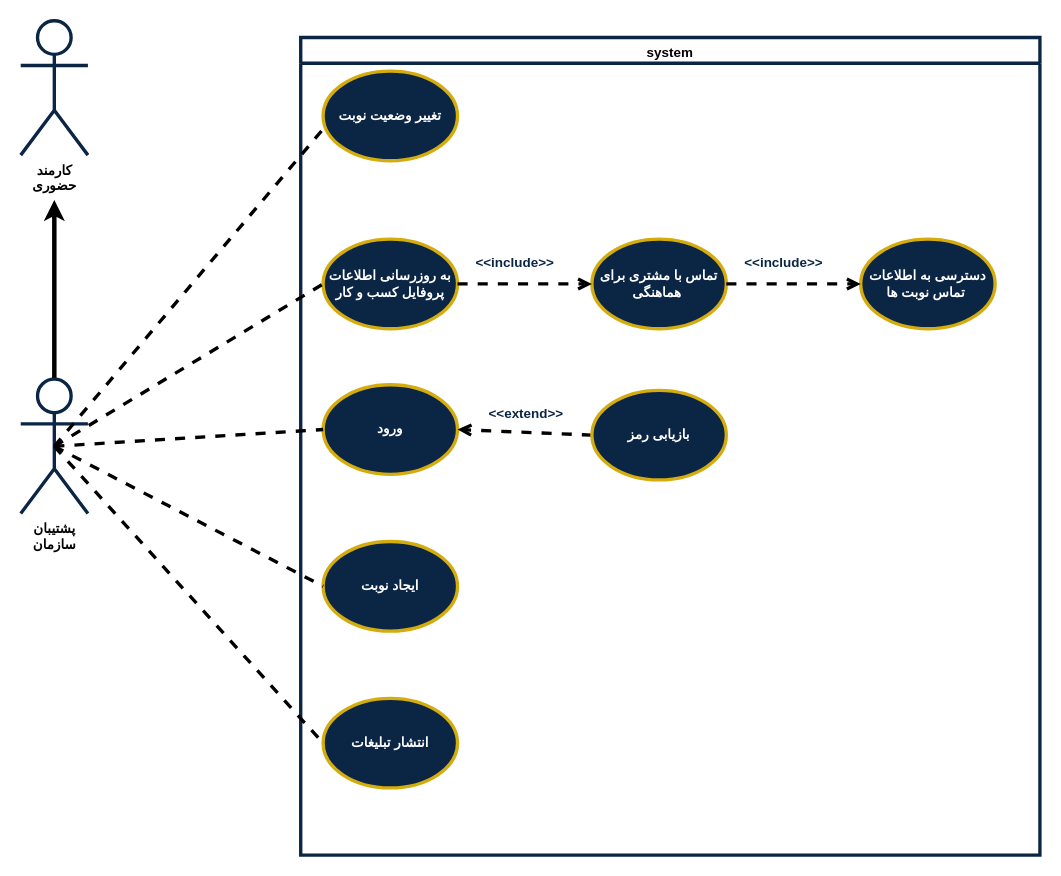
Before: Documentation/Analysis/Modeling/Functional Models/Organisation Support/Organization Support - Use Case Diagram.drawio in TnT74K/Project-SAD, a draw.io diagram. Source tidied: cells renumbered, new cells numbered last; positions are measured from the earlier drawing's top-left corner, leaving out a move shared by most shapes. Both pictures are drawn from the tidied source at 112%, with x=0, y=0 at pixel (20, 20).
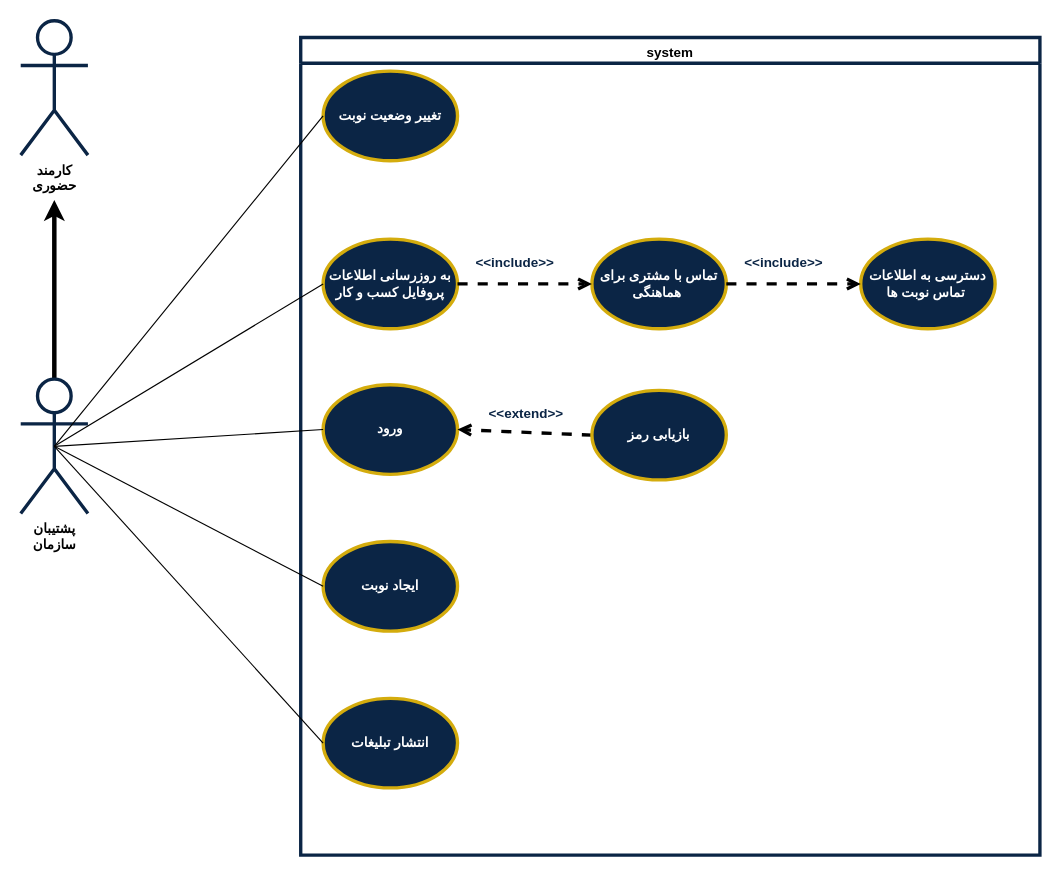
Above is the later version.

Commit message:
fix Org Support Use Case Diagram

The change refers to these unchanged cells:
```xml
<mxCell id="3" value="تغییر وضعیت نوبت" style="ellipse;whiteSpace=wrap;html=1;fontFamily=zain;fillColor=light-dark(#0B2545,#0B2545);strokeColor=light-dark(#D4AC0D,#D4AC0D);strokeWidth=3;fontSize=12;fontColor=light-dark(#FFFFFF,#FFFFFF);fontStyle=1;align=center;verticalAlign=middle;labelBackgroundColor=none;" parent="2" vertex="1">
  <mxGeometry x="20" y="30" width="120" height="80" as="geometry" />
</mxCell>
<mxCell id="4" value="ورود" style="ellipse;whiteSpace=wrap;html=1;fontFamily=zain;fillColor=light-dark(#0B2545,#0B2545);strokeColor=light-dark(#D4AC0D,#D4AC0D);strokeWidth=3;fontSize=12;fontColor=light-dark(#FFFFFF,#FFFFFF);fontStyle=1;align=center;verticalAlign=middle;labelBackgroundColor=none;" parent="2" vertex="1">
  <mxGeometry x="20" y="310" width="120" height="80" as="geometry" />
</mxCell>
<mxCell id="5" value="به روزرسانی اطلاعات پروفایل کسب و کار" style="ellipse;whiteSpace=wrap;html=1;fontFamily=zain;fillColor=light-dark(#0B2545,#0B2545);strokeColor=light-dark(#D4AC0D,#D4AC0D);strokeWidth=3;fontSize=12;fontColor=light-dark(#FFFFFF,#FFFFFF);fontStyle=1;align=center;verticalAlign=middle;labelBackgroundColor=none;" parent="2" vertex="1">
  <mxGeometry x="20" y="180" width="120" height="80" as="geometry" />
</mxCell>
<mxCell id="6" value="انتشار تبلیغات" style="ellipse;whiteSpace=wrap;html=1;fontFamily=zain;fillColor=light-dark(#0B2545,#0B2545);strokeColor=light-dark(#D4AC0D,#D4AC0D);strokeWidth=3;fontSize=12;fontColor=light-dark(#FFFFFF,#FFFFFF);fontStyle=1;align=center;verticalAlign=middle;labelBackgroundColor=none;" parent="2" vertex="1">
  <mxGeometry x="20" y="590" width="120" height="80" as="geometry" />
</mxCell>
<mxCell id="9" value="ایجاد نوبت" style="ellipse;whiteSpace=wrap;html=1;fontFamily=zain;fillColor=light-dark(#0B2545,#0B2545);strokeColor=light-dark(#D4AC0D,#D4AC0D);strokeWidth=3;fontSize=12;fontColor=light-dark(#FFFFFF,#FFFFFF);fontStyle=1;align=center;verticalAlign=middle;labelBackgroundColor=none;" parent="2" vertex="1">
  <mxGeometry x="20" y="450" width="120" height="80" as="geometry" />
</mxCell>
<mxCell id="18" value="&lt;font color=&quot;#000000&quot;&gt;&lt;span style=&quot;text-wrap-mode: wrap;&quot;&gt;پشتیبان سازمان&lt;/span&gt;&lt;/font&gt;" style="shape=umlActor;verticalLabelPosition=bottom;verticalAlign=top;html=1;fontFamily=zain;strokeWidth=3;strokeColor=light-dark(#0B2545,#C0D6E8);align=center;fontSize=12;fontColor=light-dark(#0B2545,#C0D6E8);fillColor=default;fontStyle=1;labelBackgroundColor=default;" parent="1" vertex="1">
  <mxGeometry y="320" width="60" height="120" as="geometry" />
</mxCell>
```

Diff of the diagram source:
```diff
@@
+    <mxCell id="24" value="&lt;font color=&quot;#000000&quot;&gt;&lt;span style=&quot;text-wrap-mode: wrap;&quot;&gt;کارمند حضوری&lt;/span&gt;&lt;/font&gt;" style="shape=umlActor;verticalLabelPosition=bottom;verticalAlign=top;html=1;fontFamily=zain;strokeWidth=3;strokeColor=light-dark(#0B2545,#C0D6E8);align=center;fontSize=12;fontColor=light-dark(#0B2545,#C0D6E8);fillColor=default;fontStyle=1;labelBackgroundColor=default;" parent="1" vertex="1">
+      <mxGeometry width="60" height="120" as="geometry" />
+    </mxCell>
-    <mxCell id="19" style="shape=connector;rounded=0;jettySize=auto;html=1;strokeColor=light-dark(#000000,#FFFFFF);align=center;verticalAlign=middle;fontFamily=Helvetica;fontSize=11;fontColor=default;labelBackgroundColor=default;endArrow=none;endFill=0;strokeWidth=3;dashed=1;fontStyle=1;edgeStyle=none;exitX=0.5;exitY=0.5;exitDx=0;exitDy=0;exitPerimeter=0;entryX=0.001;entryY=0.645;entryDx=0;entryDy=0;entryPerimeter=0;" parent="1" edge="1" source="18" target="3">
+    <mxCell id="19" style="endArrow=none;html=1;rounded=0;exitX=0.5;exitY=0.5;exitDx=0;exitDy=0;exitPerimeter=0;entryX=0;entryY=0.5;entryDx=0;entryDy=0;" parent="1" edge="1" source="18" target="3">
       <mxGeometry relative="1" as="geometry" />
     </mxCell>
+    <mxCell id="21" style="endArrow=none;html=1;rounded=0;exitX=0.5;exitY=0.5;exitDx=0;exitDy=0;exitPerimeter=0;entryX=0;entryY=0.5;entryDx=0;entryDy=0;" parent="1" edge="1" source="18" target="5">
+      <mxGeometry relative="1" as="geometry" />
+    </mxCell>
-    <mxCell id="20" style="shape=connector;rounded=0;jettySize=auto;html=1;strokeColor=light-dark(#000000,#FFFFFF);align=center;verticalAlign=middle;fontFamily=Helvetica;fontSize=11;fontColor=default;labelBackgroundColor=default;endArrow=none;endFill=0;strokeWidth=3;dashed=1;fontStyle=1;edgeStyle=none;exitX=0.5;exitY=0.5;exitDx=0;exitDy=0;exitPerimeter=0;entryX=0;entryY=0.5;entryDx=0;entryDy=0;" parent="1" edge="1" source="18" target="4">
+    <mxCell id="20" style="endArrow=none;html=1;rounded=0;exitX=0.5;exitY=0.5;exitDx=0;exitDy=0;exitPerimeter=0;entryX=0;entryY=0.5;entryDx=0;entryDy=0;" parent="1" edge="1" source="18" target="4">
       <mxGeometry relative="1" as="geometry" />
     </mxCell>
-    <mxCell id="21" style="shape=connector;rounded=0;jettySize=auto;html=1;strokeColor=light-dark(#000000,#FFFFFF);align=center;verticalAlign=middle;fontFamily=Helvetica;fontSize=11;fontColor=default;labelBackgroundColor=default;endArrow=none;endFill=0;strokeWidth=3;dashed=1;fontStyle=1;edgeStyle=none;entryX=0;entryY=0.5;entryDx=0;entryDy=0;exitX=0.5;exitY=0.5;exitDx=0;exitDy=0;exitPerimeter=0;" parent="1" edge="1" source="18" target="5">
-      <mxGeometry relative="1" as="geometry" />
-    </mxCell>
-    <mxCell id="22" style="shape=connector;rounded=0;jettySize=auto;html=1;strokeColor=light-dark(#000000,#FFFFFF);align=center;verticalAlign=middle;fontFamily=Helvetica;fontSize=11;fontColor=default;labelBackgroundColor=default;endArrow=none;endFill=0;strokeWidth=3;dashed=1;fontStyle=1;edgeStyle=none;exitX=0.5;exitY=0.5;exitDx=0;exitDy=0;exitPerimeter=0;entryX=0;entryY=0.5;entryDx=0;entryDy=0;" parent="1" edge="1" source="18" target="9">
+    <mxCell id="22" style="endArrow=none;html=1;rounded=0;exitX=0.5;exitY=0.5;exitDx=0;exitDy=0;exitPerimeter=0;entryX=0;entryY=0.5;entryDx=0;entryDy=0;" parent="1" edge="1" source="18" target="9">
       <mxGeometry relative="1" as="geometry" />
     </mxCell>
-    <mxCell id="23" style="shape=connector;rounded=0;jettySize=auto;html=1;strokeColor=light-dark(#000000,#FFFFFF);align=center;verticalAlign=middle;fontFamily=Helvetica;fontSize=11;fontColor=default;labelBackgroundColor=default;endArrow=none;endFill=0;strokeWidth=3;dashed=1;fontStyle=1;edgeStyle=none;exitX=0.5;exitY=0.5;exitDx=0;exitDy=0;exitPerimeter=0;entryX=0;entryY=0.5;entryDx=0;entryDy=0;" parent="1" edge="1" source="18" target="6">
+    <mxCell id="23" style="endArrow=none;html=1;rounded=0;exitX=0.5;exitY=0.5;exitDx=0;exitDy=0;exitPerimeter=0;entryX=0;entryY=0.5;entryDx=0;entryDy=0;" parent="1" edge="1" source="18" target="6">
       <mxGeometry relative="1" as="geometry" />
     </mxCell>
-    <mxCell id="24" value="&lt;font color=&quot;#000000&quot;&gt;&lt;span style=&quot;text-wrap-mode: wrap;&quot;&gt;کارمند حضوری&lt;/span&gt;&lt;/font&gt;" style="shape=umlActor;verticalLabelPosition=bottom;verticalAlign=top;html=1;fontFamily=zain;strokeWidth=3;strokeColor=light-dark(#0B2545,#C0D6E8);align=center;fontSize=12;fontColor=light-dark(#0B2545,#C0D6E8);fillColor=default;fontStyle=1;labelBackgroundColor=default;" parent="1" vertex="1">
-      <mxGeometry width="60" height="120" as="geometry" />
-    </mxCell>
```
